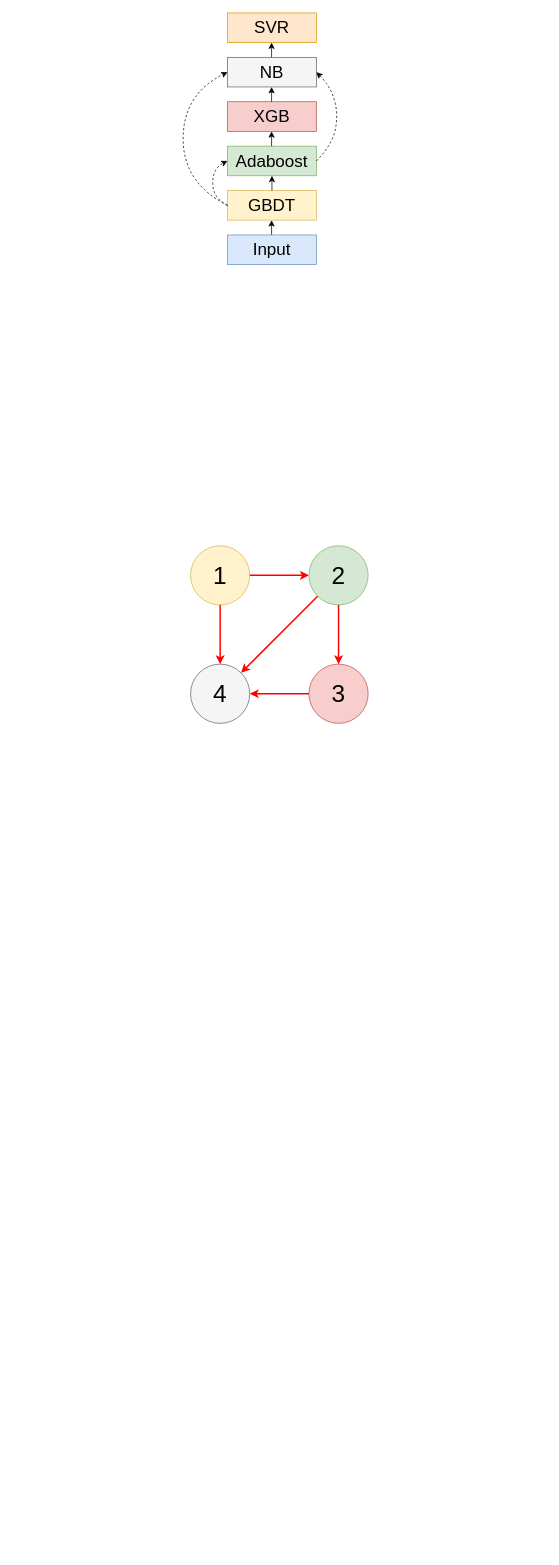
Before: Untitled Diagram.drawio in guoriyue/picture, a draw.io diagram. Source tidied: cells renumbered, new cells numbered last; positions are measured from the earlier drawing's top-left corner, leaving out a move shared by most shapes. Both pictures are drawn from the tidied source at 74%, with x=0, y=0 at pixel (183, 13).
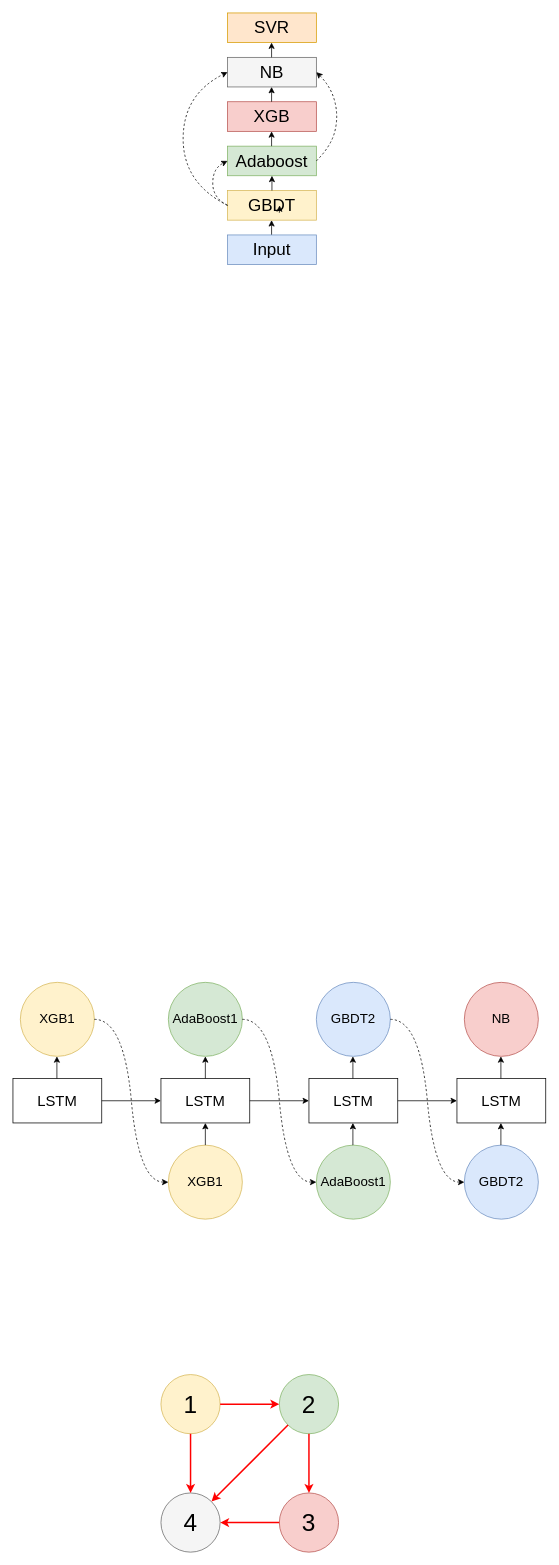
The same diagram, later.

The change refers to these unchanged cells:
```xml
<mxCell id="14" value="&lt;span style=&quot;font-size: 23px&quot;&gt;GBDT&lt;/span&gt;" style="text;html=1;strokeColor=none;fillColor=none;align=center;verticalAlign=middle;whiteSpace=wrap;rounded=0;" parent="1" vertex="1">
  <mxGeometry x="100" y="250" width="40" height="20" as="geometry" />
</mxCell>
```

Change to the diagram source:
```diff
@@
     <mxCell id="22" style="ellipse;whiteSpace=wrap;html=1;fillColor=#fff2cc;strokeColor=#d6b656;" parent="1" vertex="1">
-      <mxGeometry x="10" y="720" width="80" height="80" as="geometry" />
+      <mxGeometry x="-30" y="1840" width="80" height="80" as="geometry" />
     </mxCell>
     <mxCell id="23" style="ellipse;whiteSpace=wrap;html=1;fillColor=#d5e8d4;strokeColor=#82b366;" parent="1" vertex="1">
-      <mxGeometry x="170" y="720" width="80" height="80" as="geometry" />
+      <mxGeometry x="130" y="1840" width="80" height="80" as="geometry" />
     </mxCell>
     <mxCell id="24" style="ellipse;whiteSpace=wrap;html=1;fillColor=#f8cecc;strokeColor=#b85450;" parent="1" vertex="1">
-      <mxGeometry x="170" y="880" width="80" height="80" as="geometry" />
+      <mxGeometry x="130" y="2000" width="80" height="80" as="geometry" />
     </mxCell>
     <mxCell id="25" style="ellipse;whiteSpace=wrap;html=1;fillColor=#f5f5f5;strokeColor=#666666;fontColor=#333333;" parent="1" vertex="1">
-      <mxGeometry x="10" y="880" width="80" height="80" as="geometry" />
+      <mxGeometry x="-30" y="2000" width="80" height="80" as="geometry" />
     </mxCell>
@@
     <mxCell id="31" value="&lt;font style=&quot;font-size: 33px&quot;&gt;1&lt;/font&gt;" style="text;html=1;strokeColor=none;fillColor=none;align=center;verticalAlign=middle;whiteSpace=wrap;rounded=0;" parent="1" vertex="1">
-      <mxGeometry x="30" y="750" width="40" height="20" as="geometry" />
+      <mxGeometry x="-10" y="1870" width="40" height="20" as="geometry" />
     </mxCell>
     <mxCell id="32" value="&lt;font style=&quot;font-size: 33px&quot;&gt;4&lt;/font&gt;" style="text;html=1;strokeColor=none;fillColor=none;align=center;verticalAlign=middle;whiteSpace=wrap;rounded=0;" parent="1" vertex="1">
-      <mxGeometry x="30" y="910" width="40" height="20" as="geometry" />
+      <mxGeometry x="-10" y="2030" width="40" height="20" as="geometry" />
     </mxCell>
     <mxCell id="33" value="&lt;font style=&quot;font-size: 33px&quot;&gt;3&lt;/font&gt;" style="text;html=1;strokeColor=none;fillColor=none;align=center;verticalAlign=middle;whiteSpace=wrap;rounded=0;" parent="1" vertex="1">
-      <mxGeometry x="190" y="910" width="40" height="20" as="geometry" />
+      <mxGeometry x="150" y="2030" width="40" height="20" as="geometry" />
     </mxCell>
     <mxCell id="34" value="&lt;font style=&quot;font-size: 33px&quot;&gt;2&lt;/font&gt;" style="text;html=1;strokeColor=none;fillColor=none;align=center;verticalAlign=middle;whiteSpace=wrap;rounded=0;" parent="1" vertex="1">
-      <mxGeometry x="190" y="750" width="40" height="20" as="geometry" />
+      <mxGeometry x="150" y="1870" width="40" height="20" as="geometry" />
     </mxCell>
+    <mxCell id="35" style="rounded=0;whiteSpace=wrap;html=1;" parent="1" vertex="1">
+      <mxGeometry x="-230" y="1440" width="120" height="60" as="geometry" />
+    </mxCell>
+    <mxCell id="36" style="endArrow=classic;html=1;exitX=1;exitY=0.5;exitDx=0;exitDy=0;" parent="1" edge="1" source="35">
+      <mxGeometry relative="1" as="geometry">
+        <mxPoint x="-30" y="1470" as="targetPoint" />
+      </mxGeometry>
+    </mxCell>
+    <mxCell id="37" style="rounded=0;whiteSpace=wrap;html=1;" parent="1" vertex="1">
+      <mxGeometry x="-30" y="1440" width="120" height="60" as="geometry" />
+    </mxCell>
+    <mxCell id="38" style="endArrow=classic;html=1;exitX=1;exitY=0.5;exitDx=0;exitDy=0;" parent="1" edge="1" source="37">
+      <mxGeometry relative="1" as="geometry">
+        <mxPoint x="170" y="1470" as="targetPoint" />
+      </mxGeometry>
+    </mxCell>
+    <mxCell id="39" style="rounded=0;whiteSpace=wrap;html=1;" parent="1" vertex="1">
+      <mxGeometry x="170" y="1440" width="120" height="60" as="geometry" />
+    </mxCell>
+    <mxCell id="40" style="endArrow=classic;html=1;exitX=1;exitY=0.5;exitDx=0;exitDy=0;" parent="1" edge="1" source="39">
+      <mxGeometry relative="1" as="geometry">
+        <mxPoint x="370" y="1470" as="targetPoint" />
+      </mxGeometry>
+    </mxCell>
+    <mxCell id="41" style="rounded=0;whiteSpace=wrap;html=1;" parent="1" vertex="1">
+      <mxGeometry x="370" y="1440" width="120" height="60" as="geometry" />
+    </mxCell>
+    <mxCell id="42" style="ellipse;whiteSpace=wrap;html=1;fillColor=#fff2cc;strokeColor=#d6b656;" parent="1" vertex="1">
+      <mxGeometry x="-220" y="1310" width="100" height="100" as="geometry" />
+    </mxCell>
+    <mxCell id="43" style="ellipse;whiteSpace=wrap;html=1;fillColor=#fff2cc;strokeColor=#d6b656;" parent="1" vertex="1">
+      <mxGeometry x="-20" y="1530" width="100" height="100" as="geometry" />
+    </mxCell>
+    <mxCell id="44" style="ellipse;whiteSpace=wrap;html=1;fillColor=#d5e8d4;strokeColor=#82b366;" parent="1" vertex="1">
+      <mxGeometry x="-20" y="1310" width="100" height="100" as="geometry" />
+    </mxCell>
+    <mxCell id="45" style="ellipse;whiteSpace=wrap;html=1;fillColor=#dae8fc;strokeColor=#6c8ebf;" parent="1" vertex="1">
+      <mxGeometry x="180" y="1310" width="100" height="100" as="geometry" />
+    </mxCell>
+    <mxCell id="46" style="ellipse;whiteSpace=wrap;html=1;fillColor=#f8cecc;strokeColor=#b85450;" parent="1" vertex="1">
+      <mxGeometry x="380" y="1310" width="100" height="100" as="geometry" />
+    </mxCell>
+    <mxCell id="47" style="ellipse;whiteSpace=wrap;html=1;fillColor=#d5e8d4;strokeColor=#82b366;" parent="1" vertex="1">
+      <mxGeometry x="180" y="1530" width="100" height="100" as="geometry" />
+    </mxCell>
+    <mxCell id="48" style="ellipse;whiteSpace=wrap;html=1;fillColor=#dae8fc;strokeColor=#6c8ebf;" parent="1" vertex="1">
+      <mxGeometry x="380" y="1530" width="100" height="100" as="geometry" />
+    </mxCell>
+    <mxCell id="49" style="edgeStyle=orthogonalEdgeStyle;rounded=0;orthogonalLoop=1;jettySize=auto;html=1;exitX=0.75;exitY=1;exitDx=0;exitDy=0;entryX=0.76;entryY=0.5;entryDx=0;entryDy=0;entryPerimeter=0;" parent="1" edge="1" source="14" target="14">
+      <mxGeometry relative="1" as="geometry" />
+    </mxCell>
+    <mxCell id="50" value="&lt;font style=&quot;font-size: 20px&quot;&gt;LSTM&lt;/font&gt;" style="text;html=1;strokeColor=none;fillColor=none;align=center;verticalAlign=middle;whiteSpace=wrap;rounded=0;" parent="1" vertex="1">
+      <mxGeometry x="-190" y="1460" width="40" height="20" as="geometry" />
+    </mxCell>
+    <mxCell id="51" value="&lt;font style=&quot;font-size: 18px&quot;&gt;XGB1&lt;/font&gt;" style="text;html=1;strokeColor=none;fillColor=none;align=center;verticalAlign=middle;whiteSpace=wrap;rounded=0;" parent="1" vertex="1">
+      <mxGeometry x="-190" y="1350" width="40" height="20" as="geometry" />
+    </mxCell>
+    <mxCell id="52" value="&lt;font style=&quot;font-size: 18px&quot;&gt;AdaBoost1&lt;/font&gt;" style="text;html=1;strokeColor=none;fillColor=none;align=center;verticalAlign=middle;whiteSpace=wrap;rounded=0;" parent="1" vertex="1">
+      <mxGeometry x="10" y="1350" width="40" height="20" as="geometry" />
+    </mxCell>
+    <mxCell id="53" value="&lt;font style=&quot;font-size: 18px&quot;&gt;XGB1&lt;/font&gt;" style="text;html=1;strokeColor=none;fillColor=none;align=center;verticalAlign=middle;whiteSpace=wrap;rounded=0;" parent="1" vertex="1">
+      <mxGeometry x="10" y="1570" width="40" height="20" as="geometry" />
+    </mxCell>
+    <mxCell id="54" value="&lt;font style=&quot;font-size: 20px&quot;&gt;LSTM&lt;/font&gt;" style="text;html=1;strokeColor=none;fillColor=none;align=center;verticalAlign=middle;whiteSpace=wrap;rounded=0;" parent="1" vertex="1">
+      <mxGeometry x="10" y="1460" width="40" height="20" as="geometry" />
+    </mxCell>
+    <mxCell id="55" value="&lt;font style=&quot;font-size: 20px&quot;&gt;LSTM&lt;/font&gt;" style="text;html=1;strokeColor=none;fillColor=none;align=center;verticalAlign=middle;whiteSpace=wrap;rounded=0;" parent="1" vertex="1">
+      <mxGeometry x="210" y="1460" width="40" height="20" as="geometry" />
+    </mxCell>
+    <mxCell id="56" value="&lt;font style=&quot;font-size: 20px&quot;&gt;LSTM&lt;/font&gt;" style="text;html=1;strokeColor=none;fillColor=none;align=center;verticalAlign=middle;whiteSpace=wrap;rounded=0;" parent="1" vertex="1">
+      <mxGeometry x="410" y="1460" width="40" height="20" as="geometry" />
+    </mxCell>
+    <mxCell id="57" value="&lt;font style=&quot;font-size: 18px&quot;&gt;AdaBoost1&lt;/font&gt;" style="text;html=1;strokeColor=none;fillColor=none;align=center;verticalAlign=middle;whiteSpace=wrap;rounded=0;" parent="1" vertex="1">
+      <mxGeometry x="210" y="1570" width="40" height="20" as="geometry" />
+    </mxCell>
+    <mxCell id="58" value="&lt;font style=&quot;font-size: 18px&quot;&gt;GBDT2&lt;/font&gt;" style="text;html=1;strokeColor=none;fillColor=none;align=center;verticalAlign=middle;whiteSpace=wrap;rounded=0;" parent="1" vertex="1">
+      <mxGeometry x="210" y="1350" width="40" height="20" as="geometry" />
+    </mxCell>
+    <mxCell id="59" value="&lt;font style=&quot;font-size: 18px&quot;&gt;GBDT2&lt;/font&gt;" style="text;html=1;strokeColor=none;fillColor=none;align=center;verticalAlign=middle;whiteSpace=wrap;rounded=0;" parent="1" vertex="1">
+      <mxGeometry x="410" y="1570" width="40" height="20" as="geometry" />
+    </mxCell>
+    <mxCell id="60" value="&lt;font style=&quot;font-size: 18px&quot;&gt;NB&lt;/font&gt;" style="text;html=1;strokeColor=none;fillColor=none;align=center;verticalAlign=middle;whiteSpace=wrap;rounded=0;" parent="1" vertex="1">
+      <mxGeometry x="410" y="1350" width="40" height="20" as="geometry" />
+    </mxCell>
+    <mxCell id="61" style="endArrow=classic;html=1;entryX=0.5;entryY=1;entryDx=0;entryDy=0;exitX=0.5;exitY=0;exitDx=0;exitDy=0;" parent="1" edge="1" source="43" target="37">
+      <mxGeometry relative="1" as="geometry" />
+    </mxCell>
+    <mxCell id="62" style="endArrow=classic;html=1;entryX=0.5;entryY=1;entryDx=0;entryDy=0;exitX=0.5;exitY=0;exitDx=0;exitDy=0;" parent="1" edge="1">
+      <mxGeometry relative="1" as="geometry">
+        <mxPoint x="30" y="1440" as="sourcePoint" />
+        <mxPoint x="30" y="1410" as="targetPoint" />
+      </mxGeometry>
+    </mxCell>
+    <mxCell id="63" style="endArrow=classic;html=1;entryX=0.5;entryY=1;entryDx=0;entryDy=0;exitX=0.5;exitY=0;exitDx=0;exitDy=0;" parent="1" edge="1">
+      <mxGeometry relative="1" as="geometry">
+        <mxPoint x="-170.6" y="1440" as="sourcePoint" />
+        <mxPoint x="-170.6" y="1410" as="targetPoint" />
+      </mxGeometry>
+    </mxCell>
+    <mxCell id="64" style="endArrow=classic;html=1;entryX=0.5;entryY=1;entryDx=0;entryDy=0;exitX=0.5;exitY=0;exitDx=0;exitDy=0;" parent="1" edge="1">
+      <mxGeometry relative="1" as="geometry">
+        <mxPoint x="229.4" y="1440" as="sourcePoint" />
+        <mxPoint x="229.4" y="1410" as="targetPoint" />
+      </mxGeometry>
+    </mxCell>
+    <mxCell id="65" style="endArrow=classic;html=1;entryX=0.5;entryY=1;entryDx=0;entryDy=0;exitX=0.5;exitY=0;exitDx=0;exitDy=0;" parent="1" edge="1">
+      <mxGeometry relative="1" as="geometry">
+        <mxPoint x="229.4" y="1530" as="sourcePoint" />
+        <mxPoint x="229.4" y="1500" as="targetPoint" />
+      </mxGeometry>
+    </mxCell>
+    <mxCell id="66" style="endArrow=classic;html=1;entryX=0.5;entryY=1;entryDx=0;entryDy=0;exitX=0.5;exitY=0;exitDx=0;exitDy=0;" parent="1" edge="1">
+      <mxGeometry relative="1" as="geometry">
+        <mxPoint x="429.4" y="1440" as="sourcePoint" />
+        <mxPoint x="429.4" y="1410" as="targetPoint" />
+      </mxGeometry>
+    </mxCell>
+    <mxCell id="67" style="endArrow=classic;html=1;entryX=0.5;entryY=1;entryDx=0;entryDy=0;exitX=0.5;exitY=0;exitDx=0;exitDy=0;" parent="1" edge="1">
+      <mxGeometry relative="1" as="geometry">
+        <mxPoint x="429.4" y="1530" as="sourcePoint" />
+        <mxPoint x="429.4" y="1500" as="targetPoint" />
+      </mxGeometry>
+    </mxCell>
+    <mxCell id="68" style="curved=1;endArrow=classic;html=1;exitX=1;exitY=0.5;exitDx=0;exitDy=0;entryX=0;entryY=0.5;entryDx=0;entryDy=0;dashed=1;" parent="1" edge="1" source="42" target="43">
+      <mxGeometry relative="1" as="geometry">
+        <Array as="points">
+          <mxPoint x="-80" y="1360" />
+          <mxPoint x="-60" y="1580" />
+        </Array>
+      </mxGeometry>
+    </mxCell>
+    <mxCell id="69" style="curved=1;endArrow=classic;html=1;exitX=1;exitY=0.5;exitDx=0;exitDy=0;entryX=0;entryY=0.5;entryDx=0;entryDy=0;dashed=1;" parent="1" edge="1">
+      <mxGeometry relative="1" as="geometry">
+        <mxPoint x="80" y="1360" as="sourcePoint" />
+        <mxPoint x="180" y="1580" as="targetPoint" />
+        <Array as="points">
+          <mxPoint x="120" y="1360" />
+          <mxPoint x="140" y="1580" />
+        </Array>
+      </mxGeometry>
+    </mxCell>
+    <mxCell id="70" style="curved=1;endArrow=classic;html=1;exitX=1;exitY=0.5;exitDx=0;exitDy=0;entryX=0;entryY=0.5;entryDx=0;entryDy=0;dashed=1;" parent="1" edge="1">
+      <mxGeometry relative="1" as="geometry">
+        <mxPoint x="280" y="1360" as="sourcePoint" />
+        <mxPoint x="380" y="1580" as="targetPoint" />
+        <Array as="points">
+          <mxPoint x="320" y="1360" />
+          <mxPoint x="340" y="1580" />
+        </Array>
+      </mxGeometry>
+    </mxCell>
```
